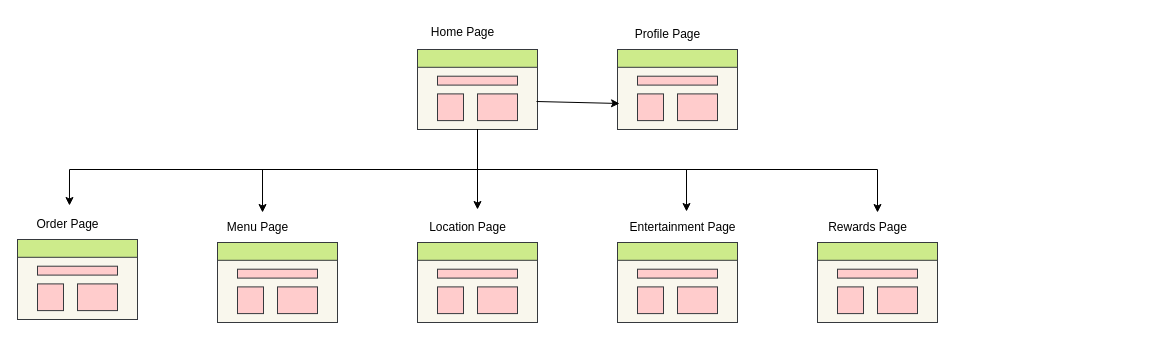
Earlier version of the draw.io diagram UX/Storyboard mini.drawio (t-simeongordon/HTS-Fullstack-Caribbean-Restaurant). Source tidied: cells renumbered, new cells numbered last; positions are measured from the earlier drawing's top-left corner, leaving out a move shared by most shapes. Both pictures are drawn from the tidied source at 100%, with x=0, y=0 at pixel (17, 17).
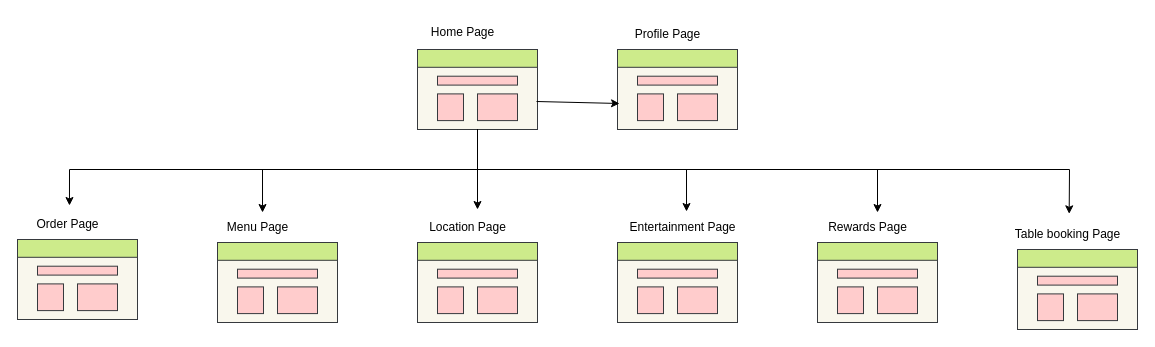
The same diagram, later.

Unchanged cells that the change refers to:
```xml
<mxCell id="3" style="rounded=0;whiteSpace=wrap;html=1;fillColor=#f9f7ed;strokeColor=#36393d;" parent="2" vertex="1">
  <mxGeometry width="120" height="80" as="geometry" />
</mxCell>
```

The edit, as a diff of the source:
```diff
@@
+    <mxCell id="57" style="group;" parent="1" vertex="1">
+      <mxGeometry x="1000" y="232" width="120" height="80" as="geometry" />
+    </mxCell>
+    <mxCell id="58" style="rounded=0;whiteSpace=wrap;html=1;fillColor=#f9f7ed;strokeColor=#36393d;" parent="57" vertex="1">
+      <mxGeometry width="120" height="80" as="geometry" />
+    </mxCell>
+    <mxCell id="59" style="rounded=0;whiteSpace=wrap;html=1;fillColor=#cdeb8b;strokeColor=#36393d;" parent="57" vertex="1">
+      <mxGeometry width="120" height="17.8" as="geometry" />
+    </mxCell>
+    <mxCell id="60" style="rounded=0;whiteSpace=wrap;html=1;fillColor=#ffcccc;strokeColor=#36393d;" parent="57" vertex="1">
+      <mxGeometry x="20" y="26.7" width="80" height="8.9" as="geometry" />
+    </mxCell>
+    <mxCell id="61" style="rounded=0;whiteSpace=wrap;html=1;fillColor=#ffcccc;strokeColor=#36393d;" parent="57" vertex="1">
+      <mxGeometry x="20" y="44.4" width="26" height="26.7" as="geometry" />
+    </mxCell>
+    <mxCell id="62" style="rounded=0;whiteSpace=wrap;html=1;fillColor=#ffcccc;strokeColor=#36393d;" parent="57" vertex="1">
+      <mxGeometry x="60" y="44.4" width="40" height="26.7" as="geometry" />
+    </mxCell>
+    <mxCell id="63" value="Table booking Page" style="text;html=1;align=center;verticalAlign=middle;points=[];strokeColor=none;fillColor=none;" parent="1" vertex="1">
+      <mxGeometry x="985" y="202" width="130" height="30" as="geometry" />
+    </mxCell>
+    <mxCell id="64" style="endArrow=classic;html=1;rounded=0;entryX=0.513;entryY=-0.189;entryDx=0;entryDy=0;entryPerimeter=0;exitX=0.5;exitY=1;exitDx=0;exitDy=0;" parent="1" edge="1" source="3" target="63">
+      <mxGeometry relative="1" as="geometry">
+        <Array as="points">
+          <mxPoint x="460" y="152" />
+          <mxPoint x="1052" y="152" />
+        </Array>
+      </mxGeometry>
+    </mxCell>
```
